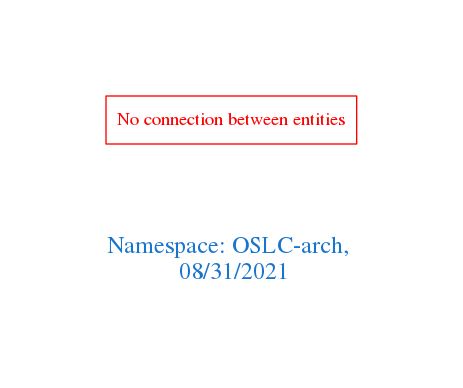
Earlier version of the Graphviz export downloads/OSLC-arch.png (arago/OGIT). Its source is kept beside it as downloads/OSLC-arch.dot.
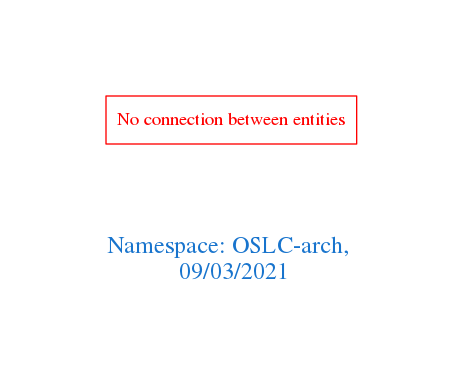
Above is the later version.

What changed in the source:
```diff
@@ -1,7 +1,7 @@
 digraph OGIT_ontology {
  graph [ rankdir= LR,pad=1
 fontsize = 18,
-fontcolor= dodgerblue3,label = "\n\n\nNamespace: OSLC-arch, \n 08/31/2021"];
+fontcolor= dodgerblue3,label = "\n\n\nNamespace: OSLC-arch, \n 09/03/2021"];
 node[shape=polygon];
 edge [  color="gray81"];
 
```
